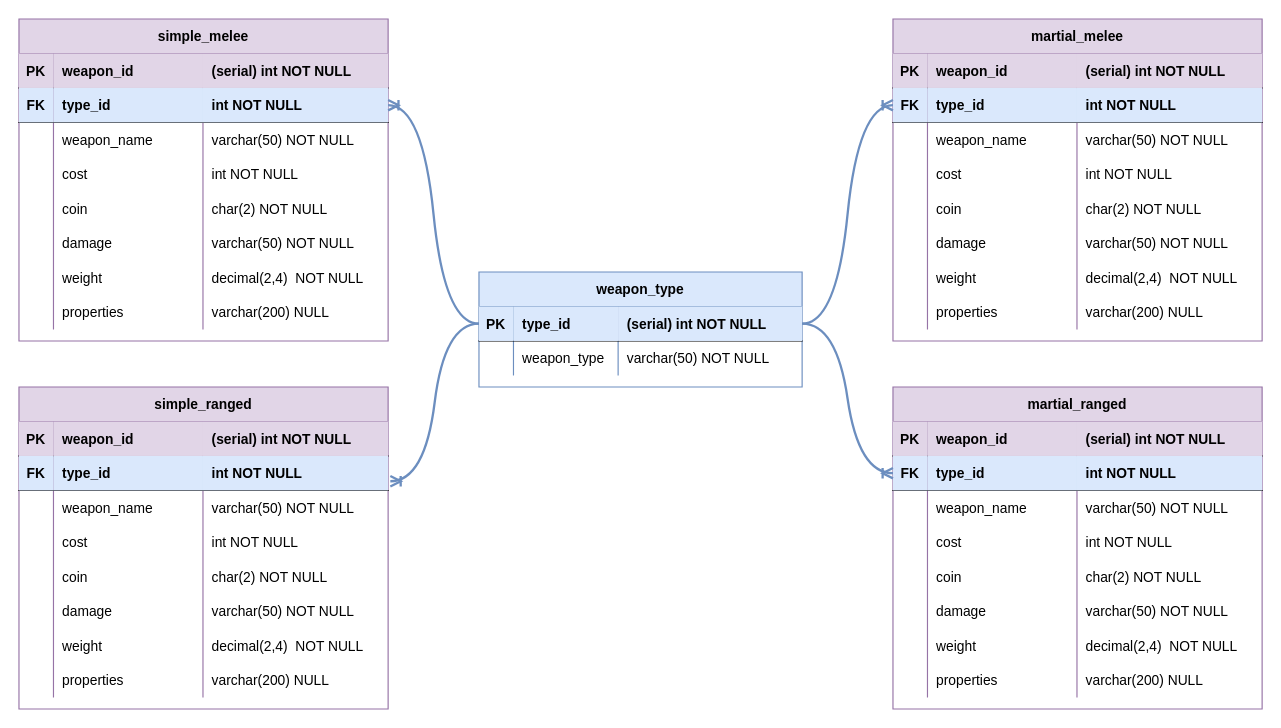
Earlier version of the draw.io diagram page "weapon" (2 of 3) of diagrams/Entity Relationship Diagram.drawio (kschuljak/fantasy_shop). Source tidied: cells renumbered, new cells numbered last; positions are measured from the earlier drawing's top-left corner, leaving out a move shared by most shapes. Both pictures are drawn from the tidied source at 115%, with x=0, y=0 at pixel (18, 18).
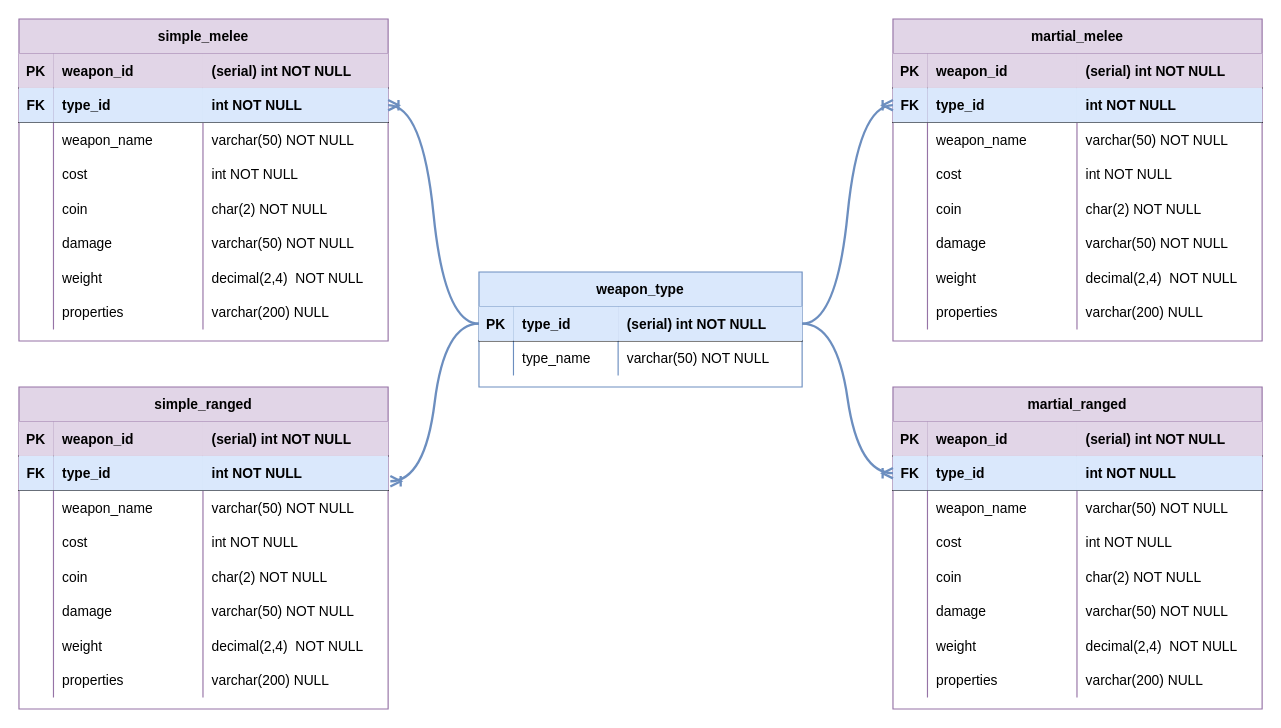
The same diagram, later.

Unchanged cells that the change refers to:
```xml
<mxCell id="7" style="shape=partialRectangle;fillColor=none;top=0;left=0;right=0;bottom=0;" parent="2" vertex="1">
  <mxGeometry y="60" width="281" height="30" as="geometry" />
</mxCell>
```

Change to the diagram source:
```diff
@@
-    <mxCell id="9" value="weapon_type" style="shape=partialRectangle;overflow=hidden;fillColor=none;top=0;left=0;bottom=0;right=0;align=left;spacingLeft=6;" parent="7" vertex="1">
+    <mxCell id="9" value="type_name" style="shape=partialRectangle;overflow=hidden;fillColor=none;top=0;left=0;bottom=0;right=0;align=left;spacingLeft=6;" parent="7" vertex="1">
       <mxGeometry x="30" width="91" height="30" as="geometry" />
     </mxCell>
```
